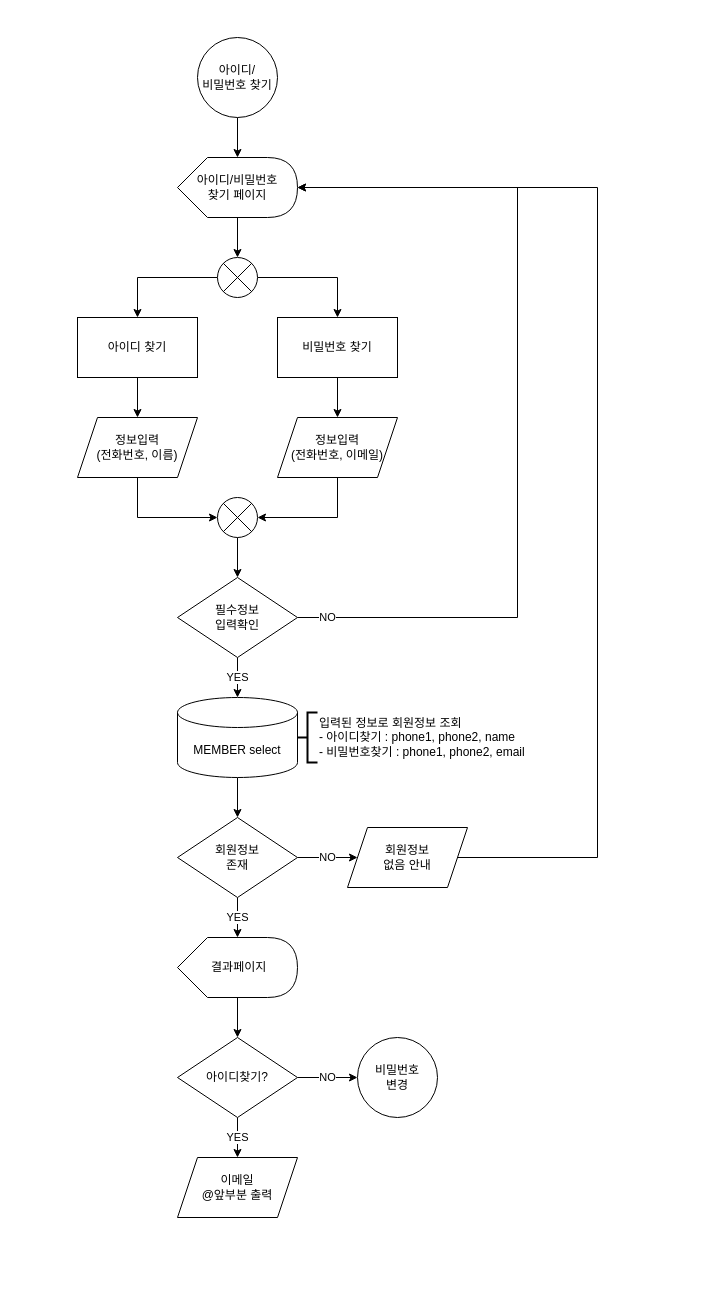
Above: page "아이디/비밀번호 찾기" (4 of 8) of 설계/데이터흐름도/회원 flowchart(혜진).drawio in hjkim27/TEAM_Project (draw.io), before the change. Source tidied: cells renumbered, new cells numbered last; positions are measured from the earlier drawing's top-left corner, leaving out a move shared by most shapes. Both pictures are drawn from the tidied source at 100%, with x=0, y=0 at pixel (77, 37).
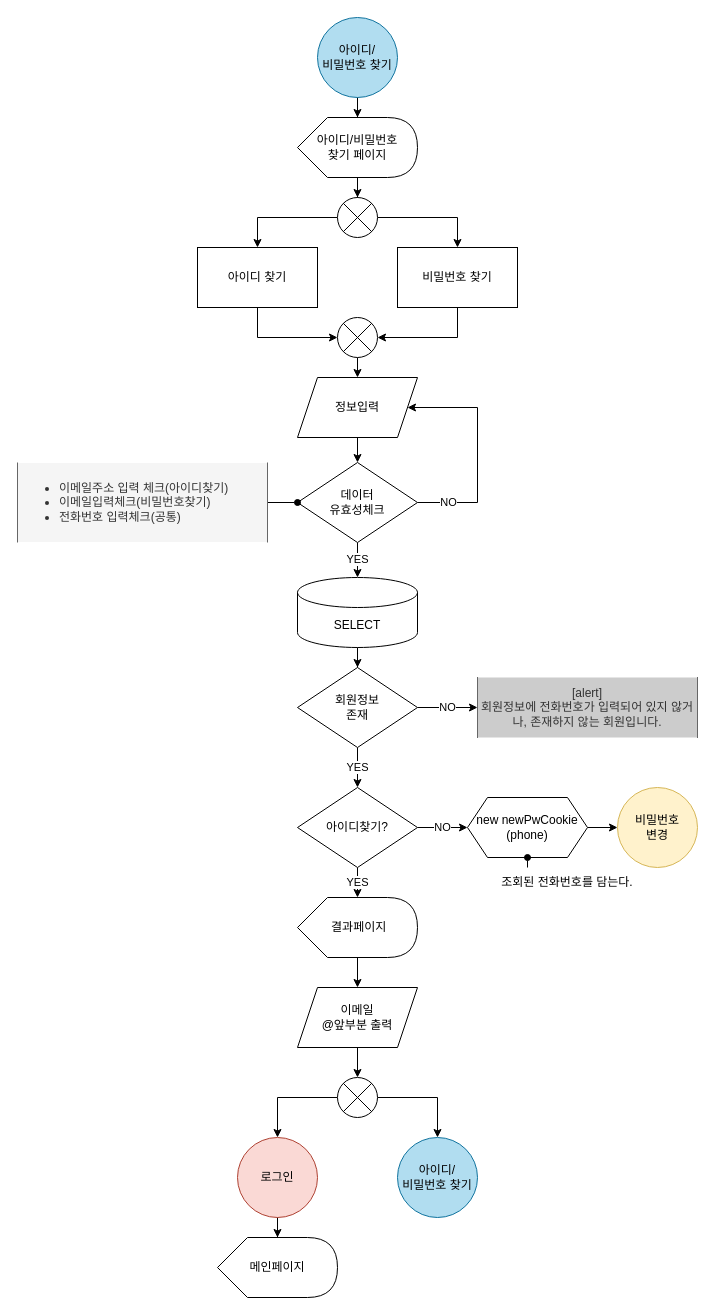
The same page after the edit.

Change to the diagram source:
```diff
@@
-    <mxCell id="3" value="아이디/&lt;br&gt;비밀번호 찾기" style="ellipse;whiteSpace=wrap;html=1;strokeWidth=1;align=center;" parent="1" vertex="1">
-      <mxGeometry x="120" width="80" height="80" as="geometry" />
+    <mxCell id="3" value="아이디/&lt;br&gt;비밀번호 찾기" style="ellipse;whiteSpace=wrap;html=1;strokeWidth=1;align=center;fillColor=#b1ddf0;strokeColor=#10739e;" parent="1" vertex="1">
+      <mxGeometry x="240" y="-20" width="80" height="80" as="geometry" />
     </mxCell>
@@
     <mxCell id="6" style="verticalLabelPosition=bottom;verticalAlign=top;html=1;shape=mxgraph.flowchart.or;strokeWidth=1;" parent="1" vertex="1">
-      <mxGeometry x="140" y="220" width="40" height="40" as="geometry" />
+      <mxGeometry x="260" y="160" width="40" height="40" as="geometry" />
     </mxCell>
-    <mxCell id="7" style="edgeStyle=orthogonalEdgeStyle;rounded=0;jettySize=auto;html=1;" parent="1" edge="1" source="8" target="10">
-      <mxGeometry relative="1" as="geometry" />
-    </mxCell>
+    <mxCell id="38" style="edgeStyle=orthogonalEdgeStyle;rounded=0;jettySize=auto;html=1;exitX=0.5;exitY=1;exitDx=0;exitDy=0;entryX=0;entryY=0.5;entryDx=0;entryDy=0;entryPerimeter=0;endArrow=classic;endFill=1;" parent="1" edge="1" source="8" target="54">
+      <mxGeometry relative="1" as="geometry" />
+    </mxCell>
     <mxCell id="8" value="아이디 찾기" style="rounded=0;whiteSpace=wrap;html=1;strokeWidth=1;align=center;" parent="1" vertex="1">
-      <mxGeometry y="280" width="120" height="60" as="geometry" />
+      <mxGeometry x="120" y="210" width="120" height="60" as="geometry" />
     </mxCell>
-    <mxCell id="9" style="edgeStyle=orthogonalEdgeStyle;rounded=0;jettySize=auto;html=1;exitX=0.5;exitY=1;exitDx=0;exitDy=0;entryX=0;entryY=0.5;entryDx=0;entryDy=0;entryPerimeter=0;" parent="1" edge="1" source="10" target="18">
-      <mxGeometry relative="1" as="geometry" />
-    </mxCell>
+    <mxCell id="39" style="edgeStyle=orthogonalEdgeStyle;rounded=0;jettySize=auto;html=1;exitX=0.5;exitY=1;exitDx=0;exitDy=0;entryX=0.5;entryY=0;entryDx=0;entryDy=0;endArrow=classic;endFill=1;" parent="1" edge="1" source="10" target="52">
+      <mxGeometry relative="1" as="geometry" />
+    </mxCell>
-    <mxCell id="10" value="정보입력&lt;br&gt;(전화번호, 이름)" style="shape=parallelogram;perimeter=parallelogramPerimeter;whiteSpace=wrap;html=1;fixedSize=1;rounded=0;strokeWidth=1;" parent="1" vertex="1">
-      <mxGeometry y="380" width="120" height="60" as="geometry" />
+    <mxCell id="10" value="정보입력" style="shape=parallelogram;perimeter=parallelogramPerimeter;whiteSpace=wrap;html=1;fixedSize=1;rounded=0;strokeWidth=1;" parent="1" vertex="1">
+      <mxGeometry x="220" y="340" width="120" height="60" as="geometry" />
     </mxCell>
@@
     <mxCell id="12" value="아이디/비밀번호&lt;br&gt;찾기 페이지" style="shape=display;whiteSpace=wrap;html=1;strokeWidth=1;align=center;" parent="1" vertex="1">
-      <mxGeometry x="100" y="120" width="120" height="60" as="geometry" />
+      <mxGeometry x="220" y="80" width="120" height="60" as="geometry" />
     </mxCell>
-    <mxCell id="13" style="edgeStyle=orthogonalEdgeStyle;rounded=0;jettySize=auto;html=1;" parent="1" edge="1" source="14" target="16">
-      <mxGeometry relative="1" as="geometry" />
-    </mxCell>
+    <mxCell id="40" style="edgeStyle=orthogonalEdgeStyle;rounded=0;jettySize=auto;html=1;exitX=0.5;exitY=1;exitDx=0;exitDy=0;entryX=1;entryY=0.5;entryDx=0;entryDy=0;entryPerimeter=0;endArrow=classic;endFill=1;" parent="1" edge="1" source="14" target="54">
+      <mxGeometry relative="1" as="geometry" />
+    </mxCell>
     <mxCell id="14" value="비밀번호 찾기" style="rounded=0;whiteSpace=wrap;html=1;strokeWidth=1;align=center;" parent="1" vertex="1">
-      <mxGeometry x="200" y="280" width="120" height="60" as="geometry" />
+      <mxGeometry x="320" y="210" width="120" height="60" as="geometry" />
     </mxCell>
-    <mxCell id="15" style="edgeStyle=orthogonalEdgeStyle;rounded=0;jettySize=auto;html=1;exitX=0.5;exitY=1;exitDx=0;exitDy=0;entryX=1;entryY=0.5;entryDx=0;entryDy=0;entryPerimeter=0;" parent="1" edge="1" source="16" target="18">
-      <mxGeometry relative="1" as="geometry" />
-    </mxCell>
-    <mxCell id="16" value="정보입력&lt;br&gt;(전화번호, 이메일)" style="shape=parallelogram;perimeter=parallelogramPerimeter;whiteSpace=wrap;html=1;fixedSize=1;rounded=0;strokeWidth=1;" parent="1" vertex="1">
-      <mxGeometry x="200" y="380" width="120" height="60" as="geometry" />
-    </mxCell>
-    <mxCell id="17" style="edgeStyle=orthogonalEdgeStyle;rounded=0;jettySize=auto;html=1;" parent="1" edge="1" source="18" target="21">
-      <mxGeometry relative="1" as="geometry" />
-    </mxCell>
-    <mxCell id="18" style="verticalLabelPosition=bottom;verticalAlign=top;html=1;shape=mxgraph.flowchart.or;strokeWidth=1;" parent="1" vertex="1">
-      <mxGeometry x="140" y="460" width="40" height="40" as="geometry" />
-    </mxCell>
-    <mxCell id="19" value="YES" style="edgeStyle=orthogonalEdgeStyle;rounded=0;jettySize=auto;html=1;" parent="1" edge="1" source="21" target="23">
+    <mxCell id="19" value="YES" style="edgeStyle=orthogonalEdgeStyle;rounded=0;jettySize=auto;html=1;exitX=0.5;exitY=1;exitDx=0;exitDy=0;" parent="1" edge="1" source="52" target="23">
       <mxGeometry relative="1" as="geometry" />
     </mxCell>
-    <mxCell id="20" value="NO" style="edgeStyle=orthogonalEdgeStyle;rounded=0;jettySize=auto;html=1;exitX=1;exitY=0.5;exitDx=0;exitDy=0;entryX=1;entryY=0.5;entryDx=0;entryDy=0;entryPerimeter=0;" parent="1" edge="1" source="21" target="12">
-      <mxGeometry x="-0.93" relative="1" as="geometry">
-        <Array as="points">
-          <mxPoint x="440" y="580" />
-          <mxPoint x="440" y="150" />
-        </Array>
-      </mxGeometry>
-    </mxCell>
-    <mxCell id="21" value="필수정보&lt;br&gt;입력확인" style="rhombus;whiteSpace=wrap;html=1;strokeWidth=1;align=center;" parent="1" vertex="1">
-      <mxGeometry x="100" y="540" width="120" height="80" as="geometry" />
-    </mxCell>
@@
-    <mxCell id="23" value="MEMBER select" style="shape=cylinder3;whiteSpace=wrap;html=1;boundedLbl=1;backgroundOutline=1;size=15;strokeWidth=1;align=center;" parent="1" vertex="1">
-      <mxGeometry x="100" y="660" width="120" height="80" as="geometry" />
+    <mxCell id="23" value="SELECT" style="shape=cylinder3;whiteSpace=wrap;html=1;boundedLbl=1;backgroundOutline=1;size=15;strokeWidth=1;align=center;" parent="1" vertex="1">
+      <mxGeometry x="220" y="540" width="120" height="70" as="geometry" />
     </mxCell>
-    <mxCell id="24" value="YES" style="edgeStyle=orthogonalEdgeStyle;rounded=0;jettySize=auto;html=1;entryX=0;entryY=0;entryDx=60;entryDy=0;entryPerimeter=0;" parent="1" edge="1" source="26">
-      <mxGeometry relative="1" as="geometry">
-        <mxPoint x="160" y="900" as="targetPoint" />
-      </mxGeometry>
+    <mxCell id="24" value="YES" style="edgeStyle=orthogonalEdgeStyle;rounded=0;jettySize=auto;html=1;entryX=0.5;entryY=0;entryDx=0;entryDy=0;" parent="1" edge="1" source="26" target="35">
+      <mxGeometry relative="1" as="geometry" />
     </mxCell>
-    <mxCell id="25" value="NO" style="edgeStyle=orthogonalEdgeStyle;rounded=0;jettySize=auto;html=1;entryX=0;entryY=0.5;entryDx=0;entryDy=0;" parent="1" edge="1" source="26" target="30">
+    <mxCell id="25" value="NO" style="edgeStyle=orthogonalEdgeStyle;rounded=0;jettySize=auto;html=1;entryX=0;entryY=0.5;entryDx=0;entryDy=0;" parent="1" edge="1" source="26" target="55">
       <mxGeometry relative="1" as="geometry" />
     </mxCell>
     <mxCell id="26" value="회원정보&lt;br&gt;존재" style="rhombus;whiteSpace=wrap;html=1;strokeWidth=1;align=center;" parent="1" vertex="1">
-      <mxGeometry x="100" y="780" width="120" height="80" as="geometry" />
+      <mxGeometry x="220" y="630" width="120" height="80" as="geometry" />
     </mxCell>
-    <mxCell id="27" style="strokeWidth=2;html=1;shape=mxgraph.flowchart.annotation_2;align=left;labelPosition=right;" parent="1" vertex="1">
-      <mxGeometry x="220" y="675" width="20" height="50" as="geometry" />
-    </mxCell>
-    <mxCell id="28" value="입력된 정보로 회원정보 조회&lt;br&gt;- 아이디찾기 : phone1, phone2, name&lt;br&gt;- 비밀번호찾기 : phone1, phone2, email" style="text;html=1;strokeColor=none;fillColor=none;align=left;verticalAlign=middle;whiteSpace=wrap;rounded=0;" parent="1" vertex="1">
-      <mxGeometry x="240" y="685" width="260" height="30" as="geometry" />
-    </mxCell>
-    <mxCell id="29" style="edgeStyle=orthogonalEdgeStyle;rounded=0;jettySize=auto;html=1;exitX=1;exitY=0.5;exitDx=0;exitDy=0;entryX=1;entryY=0.5;entryDx=0;entryDy=0;entryPerimeter=0;" parent="1" edge="1" source="30" target="12">
-      <mxGeometry relative="1" as="geometry">
-        <Array as="points">
-          <mxPoint x="520" y="820" />
-          <mxPoint x="520" y="150" />
-        </Array>
-      </mxGeometry>
-    </mxCell>
-    <mxCell id="30" value="회원정보&lt;br&gt;없음 안내" style="shape=parallelogram;perimeter=parallelogramPerimeter;whiteSpace=wrap;html=1;fixedSize=1;rounded=0;strokeWidth=1;" parent="1" vertex="1">
-      <mxGeometry x="270" y="790" width="120" height="60" as="geometry" />
-    </mxCell>
-    <mxCell id="31" style="edgeStyle=orthogonalEdgeStyle;rounded=0;jettySize=auto;html=1;" parent="1" edge="1" source="32" target="35">
-      <mxGeometry relative="1" as="geometry" />
-    </mxCell>
-    <mxCell id="32" value="&amp;nbsp;결과페이지" style="shape=display;whiteSpace=wrap;html=1;strokeWidth=1;align=center;" parent="1" vertex="1">
-      <mxGeometry x="100" y="900" width="120" height="60" as="geometry" />
-    </mxCell>
-    <mxCell id="33" value="YES" style="edgeStyle=orthogonalEdgeStyle;rounded=0;jettySize=auto;html=1;" parent="1" edge="1" source="35" target="36">
+    <mxCell id="33" value="YES" style="edgeStyle=orthogonalEdgeStyle;rounded=0;jettySize=auto;html=1;entryX=0;entryY=0;entryDx=60;entryDy=0;entryPerimeter=0;" parent="1" edge="1" source="35" target="32">
       <mxGeometry relative="1" as="geometry" />
     </mxCell>
-    <mxCell id="34" value="NO" style="edgeStyle=orthogonalEdgeStyle;rounded=0;jettySize=auto;html=1;entryX=0;entryY=0.5;entryDx=0;entryDy=0;" parent="1" edge="1" source="35" target="37">
+    <mxCell id="34" value="NO" style="edgeStyle=orthogonalEdgeStyle;rounded=0;jettySize=auto;html=1;entryX=0;entryY=0.5;entryDx=0;entryDy=0;" parent="1" edge="1" source="35" target="51">
       <mxGeometry relative="1" as="geometry" />
     </mxCell>
     <mxCell id="35" value="아이디찾기?" style="rhombus;whiteSpace=wrap;html=1;strokeWidth=1;align=center;" parent="1" vertex="1">
-      <mxGeometry x="100" y="1000" width="120" height="80" as="geometry" />
+      <mxGeometry x="220" y="750" width="120" height="80" as="geometry" />
     </mxCell>
+    <mxCell id="41" style="edgeStyle=orthogonalEdgeStyle;rounded=0;jettySize=auto;html=1;" parent="1" edge="1" source="36" target="45">
+      <mxGeometry relative="1" as="geometry" />
+    </mxCell>
     <mxCell id="36" value="이메일&lt;br&gt;@앞부분 출력" style="shape=parallelogram;perimeter=parallelogramPerimeter;whiteSpace=wrap;html=1;fixedSize=1;strokeWidth=1;" parent="1" vertex="1">
-      <mxGeometry x="100" y="1120" width="120" height="60" as="geometry" />
+      <mxGeometry x="220" y="950" width="120" height="60" as="geometry" />
     </mxCell>
+    <mxCell id="42" style="edgeStyle=orthogonalEdgeStyle;rounded=0;jettySize=auto;html=1;" parent="1" edge="1" source="32" target="36">
+      <mxGeometry relative="1" as="geometry" />
+    </mxCell>
+    <mxCell id="32" value="&amp;nbsp;결과페이지" style="shape=display;whiteSpace=wrap;html=1;strokeWidth=1;align=center;" parent="1" vertex="1">
+      <mxGeometry x="220" y="860" width="120" height="60" as="geometry" />
+    </mxCell>
+    <mxCell id="43" style="edgeStyle=orthogonalEdgeStyle;rounded=0;jettySize=auto;html=1;" parent="1" edge="1" source="45" target="47">
+      <mxGeometry relative="1" as="geometry" />
+    </mxCell>
+    <mxCell id="44" style="edgeStyle=orthogonalEdgeStyle;rounded=0;jettySize=auto;html=1;exitX=1;exitY=0.5;exitDx=0;exitDy=0;exitPerimeter=0;entryX=0.5;entryY=0;entryDx=0;entryDy=0;" parent="1" edge="1" source="45" target="48">
+      <mxGeometry relative="1" as="geometry" />
+    </mxCell>
+    <mxCell id="45" style="verticalLabelPosition=bottom;verticalAlign=top;html=1;shape=mxgraph.flowchart.or;strokeWidth=1;" parent="1" vertex="1">
+      <mxGeometry x="260" y="1040" width="40" height="40" as="geometry" />
+    </mxCell>
+    <mxCell id="46" style="edgeStyle=orthogonalEdgeStyle;rounded=0;jettySize=auto;html=1;exitX=0.5;exitY=1;exitDx=0;exitDy=0;" parent="1" edge="1" source="47" target="49">
+      <mxGeometry relative="1" as="geometry" />
+    </mxCell>
+    <mxCell id="47" value="로그인" style="ellipse;whiteSpace=wrap;html=1;strokeWidth=1;align=center;fillColor=#fad9d5;strokeColor=#ae4132;" parent="1" vertex="1">
+      <mxGeometry x="160" y="1100" width="80" height="80" as="geometry" />
+    </mxCell>
+    <mxCell id="48" value="아이디/&lt;br&gt;비밀번호 찾기" style="ellipse;whiteSpace=wrap;html=1;strokeWidth=1;align=center;fillColor=#b1ddf0;strokeColor=#10739e;" parent="1" vertex="1">
+      <mxGeometry x="320" y="1100" width="80" height="80" as="geometry" />
+    </mxCell>
+    <mxCell id="49" value="메인페이지" style="shape=display;whiteSpace=wrap;html=1;strokeWidth=1;align=center;" parent="1" vertex="1">
+      <mxGeometry x="140" y="1200" width="120" height="60" as="geometry" />
+    </mxCell>
-    <mxCell id="37" value="비밀번호&lt;br&gt;변경" style="ellipse;whiteSpace=wrap;html=1;" parent="1" vertex="1">
-      <mxGeometry x="280" y="1000" width="80" height="80" as="geometry" />
+    <mxCell id="37" value="비밀번호&lt;br&gt;변경" style="ellipse;whiteSpace=wrap;html=1;fillColor=#fff2cc;strokeColor=#d6b656;" parent="1" vertex="1">
+      <mxGeometry x="540" y="750" width="80" height="80" as="geometry" />
     </mxCell>
+    <mxCell id="50" style="edgeStyle=orthogonalEdgeStyle;rounded=0;jettySize=auto;html=1;" parent="1" edge="1" source="51" target="37">
+      <mxGeometry relative="1" as="geometry" />
+    </mxCell>
+    <mxCell id="51" value="new newPwCookie&lt;br&gt;(phone)" style="shape=hexagon;perimeter=hexagonPerimeter2;whiteSpace=wrap;html=1;fixedSize=1;strokeWidth=1;align=center;" parent="1" vertex="1">
+      <mxGeometry x="390" y="760" width="120" height="60" as="geometry" />
+    </mxCell>
+    <mxCell id="20" value="NO" style="edgeStyle=orthogonalEdgeStyle;rounded=0;jettySize=auto;html=1;exitX=1;exitY=0.5;exitDx=0;exitDy=0;entryX=1;entryY=0.5;entryDx=0;entryDy=0;endArrow=classic;endFill=1;" parent="1" edge="1" source="52" target="10">
+      <mxGeometry x="-0.73" relative="1" as="geometry">
+        <Array as="points">
+          <mxPoint x="400" y="465" />
+          <mxPoint x="400" y="370" />
+        </Array>
+        <mxPoint x="1" as="offset" />
+      </mxGeometry>
+    </mxCell>
+    <mxCell id="52" value="데이터&lt;br&gt;유효성체크" style="rhombus;whiteSpace=wrap;html=1;strokeWidth=1;align=center;" parent="1" vertex="1">
+      <mxGeometry x="220" y="425" width="120" height="80" as="geometry" />
+    </mxCell>
+    <mxCell id="53" style="edgeStyle=orthogonalEdgeStyle;rounded=0;jettySize=auto;html=1;exitX=0.5;exitY=1;exitDx=0;exitDy=0;exitPerimeter=0;entryX=0.5;entryY=0;entryDx=0;entryDy=0;endArrow=classic;endFill=1;" parent="1" edge="1" source="54" target="10">
+      <mxGeometry relative="1" as="geometry" />
+    </mxCell>
+    <mxCell id="54" style="verticalLabelPosition=bottom;verticalAlign=top;html=1;shape=mxgraph.flowchart.or;strokeWidth=1;" parent="1" vertex="1">
+      <mxGeometry x="260" y="280" width="40" height="40" as="geometry" />
+    </mxCell>
+    <mxCell id="55" value="[alert]&lt;br&gt;회원정보에 전화번호가 입력되어 있지 않거나, 존재하지 않는 회원입니다." style="shape=partialRectangle;whiteSpace=wrap;html=1;bottom=0;top=0;fillColor=#CCCCCC;align=center;strokeColor=#666666;fontColor=#333333;" parent="1" vertex="1">
+      <mxGeometry x="400" y="640" width="220" height="60" as="geometry" />
+    </mxCell>
+    <mxCell id="56" style="edgeStyle=orthogonalEdgeStyle;rounded=0;jettySize=auto;html=1;exitX=1;exitY=0.5;exitDx=0;exitDy=0;entryX=0;entryY=0.5;entryDx=0;entryDy=0;endArrow=oval;endFill=1;" parent="1" edge="1" source="57" target="52">
+      <mxGeometry relative="1" as="geometry" />
+    </mxCell>
+    <mxCell id="57" value="&lt;ul&gt;&lt;li&gt;이메일주소 입력 체크(아이디찾기)&lt;/li&gt;&lt;li&gt;이메일입력체크(비밀번호찾기)&lt;/li&gt;&lt;li&gt;전화번호 입력체크(공통)&lt;/li&gt;&lt;/ul&gt;" style="shape=partialRectangle;whiteSpace=wrap;html=1;bottom=0;top=0;align=left;fillColor=#f5f5f5;strokeColor=#666666;fontColor=#333333;" parent="1" vertex="1">
+      <mxGeometry x="-60" y="425.5" width="250" height="79" as="geometry" />
+    </mxCell>
+    <mxCell id="58" style="edgeStyle=orthogonalEdgeStyle;rounded=0;jettySize=auto;html=1;exitX=0.25;exitY=0;exitDx=0;exitDy=0;entryX=0.5;entryY=1;entryDx=0;entryDy=0;endArrow=oval;endFill=1;" parent="1" edge="1" source="59" target="51">
+      <mxGeometry relative="1" as="geometry" />
+    </mxCell>
+    <mxCell id="59" value="조회된 전화번호를 담는다." style="text;html=1;strokeColor=none;fillColor=none;align=center;verticalAlign=middle;whiteSpace=wrap;rounded=0;" parent="1" vertex="1">
+      <mxGeometry x="410" y="830" width="160" height="30" as="geometry" />
+    </mxCell>
```
